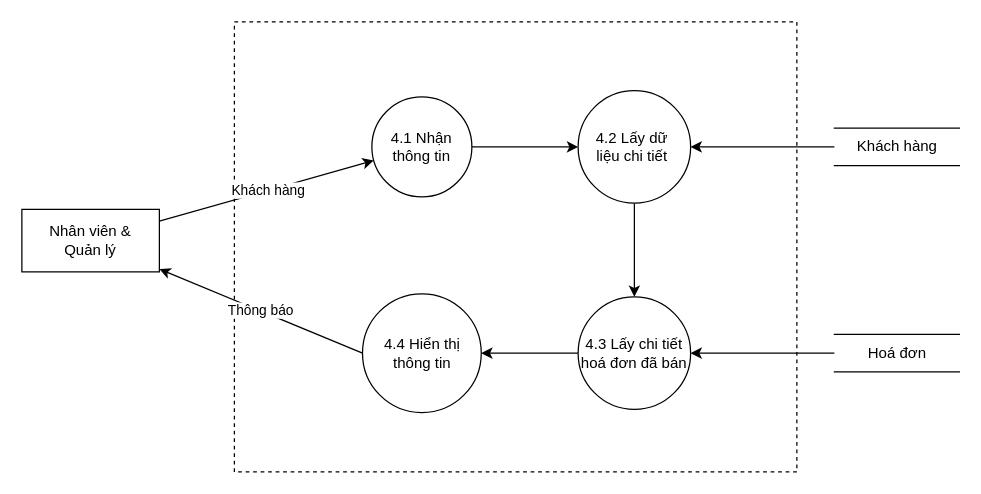
Above: page "DFD Mức 2 - 4" (9 of 12) of Document/ĐồÁn/Diagram/Sơ đồ chức năng ministore.drawio in EdgarIgnite16/HTTTDN-Project (draw.io), before the change. Source tidied: cells renumbered, new cells numbered last; positions are measured from the earlier drawing's top-left corner, leaving out a move shared by most shapes. Both pictures are drawn from the tidied source at 125%, with x=0, y=0 at pixel (21, 21).
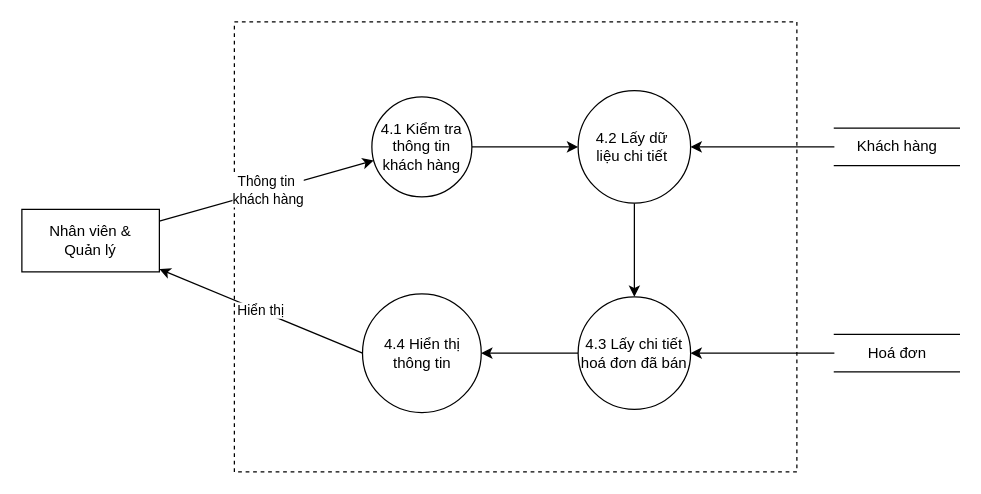
Above is the later version.

What changed in the source:
```diff
@@
 <mxGraphModel>
   <root>
     <mxCell id="0" />
     <mxCell id="1" parent="0" />
     <mxCell id="2" style="rounded=0;whiteSpace=wrap;html=1;fontFamily=Helvetica;fontSize=12;dashed=1;" parent="1" vertex="1">
       <mxGeometry x="170" width="450" height="360" as="geometry" />
     </mxCell>
     <mxCell id="3" style="edgeStyle=orthogonalEdgeStyle;rounded=0;jettySize=auto;html=1;entryX=0;entryY=0.5;entryDx=0;entryDy=0;" parent="1" edge="1" source="4" target="10">
       <mxGeometry relative="1" as="geometry" />
     </mxCell>
-    <mxCell id="4" value="4.1 Nhận thông tin" style="ellipse;whiteSpace=wrap;html=1;fontFamily=Helvetica;" parent="1" vertex="1">
+    <mxCell id="4" value="4.1 Kiểm tra thông tin khách hàng" style="ellipse;whiteSpace=wrap;html=1;fontFamily=Helvetica;" parent="1" vertex="1">
       <mxGeometry x="280" y="60" width="80" height="80" as="geometry" />
     </mxCell>
-    <mxCell id="5" value="Khách hàng" style="rounded=0;jettySize=auto;html=1;" parent="1" edge="1" source="6" target="4">
+    <mxCell id="5" value="Thông tin&amp;nbsp;&lt;div&gt;khách hàng&lt;/div&gt;" style="rounded=0;jettySize=auto;html=1;" parent="1" edge="1" source="6" target="4">
       <mxGeometry x="0.01" relative="1" as="geometry" />
     </mxCell>
     <mxCell id="6" value="Nhân viên &amp;amp;&lt;br&gt;Quản lý" style="html=1;whiteSpace=wrap;" parent="1" vertex="1">
       <mxGeometry y="150" width="110" height="50" as="geometry" />
     </mxCell>
-    <mxCell id="7" value="Thông báo" style="rounded=0;jettySize=auto;html=1;exitX=0;exitY=0.5;exitDx=0;exitDy=0;" parent="1" edge="1" source="11" target="6">
+    <mxCell id="7" value="Hiển thị" style="rounded=0;jettySize=auto;html=1;exitX=0;exitY=0.5;exitDx=0;exitDy=0;" parent="1" edge="1" source="11" target="6">
       <mxGeometry relative="1" as="geometry" />
     </mxCell>
     <mxCell id="8" value="Khách hàng" style="html=1;dashed=0;whitespace=wrap;shape=partialRectangle;right=0;left=0;fontFamily=Helvetica;" parent="1" vertex="1">
       <mxGeometry x="650" y="85" width="100" height="30" as="geometry" />
     </mxCell>
     <mxCell id="9" style="rounded=0;jettySize=auto;html=1;" parent="1" edge="1" source="10" target="14">
       <mxGeometry relative="1" as="geometry" />
     </mxCell>
     <mxCell id="10" value="4.2 Lấy dữ&amp;nbsp;&lt;div&gt;liệu chi tiết&amp;nbsp;&lt;/div&gt;" style="ellipse;whiteSpace=wrap;html=1;fontFamily=Helvetica;" parent="1" vertex="1">
       <mxGeometry x="445" y="55" width="90" height="90" as="geometry" />
     </mxCell>
     <mxCell id="11" value="4.4 Hiển thị thông tin" style="ellipse;whiteSpace=wrap;html=1;fontFamily=Helvetica;" parent="1" vertex="1">
       <mxGeometry x="272.5" y="217.5" width="95" height="95" as="geometry" />
     </mxCell>
     <mxCell id="12" style="edgeStyle=orthogonalEdgeStyle;rounded=0;jettySize=auto;html=1;exitX=0;exitY=0.5;exitDx=0;exitDy=0;entryX=1;entryY=0.5;entryDx=0;entryDy=0;" parent="1" edge="1" source="8" target="10">
       <mxGeometry relative="1" as="geometry" />
     </mxCell>
     <mxCell id="13" style="edgeStyle=orthogonalEdgeStyle;rounded=0;jettySize=auto;html=1;" parent="1" edge="1" source="14" target="11">
       <mxGeometry relative="1" as="geometry" />
     </mxCell>
     <mxCell id="14" value="4.3 Lấy chi tiết&lt;div&gt;hoá đơn đã bán&lt;/div&gt;" style="ellipse;whiteSpace=wrap;html=1;fontFamily=Helvetica;" parent="1" vertex="1">
       <mxGeometry x="445" y="220" width="90" height="90" as="geometry" />
     </mxCell>
     <mxCell id="15" value="Hoá đơn" style="html=1;dashed=0;whitespace=wrap;shape=partialRectangle;right=0;left=0;fontFamily=Helvetica;" parent="1" vertex="1">
       <mxGeometry x="650" y="250" width="100" height="30" as="geometry" />
     </mxCell>
     <mxCell id="16" style="edgeStyle=orthogonalEdgeStyle;rounded=0;jettySize=auto;html=1;" parent="1" edge="1" source="15" target="14">
       <mxGeometry relative="1" as="geometry" />
     </mxCell>
   </root>
 </mxGraphModel>
```
